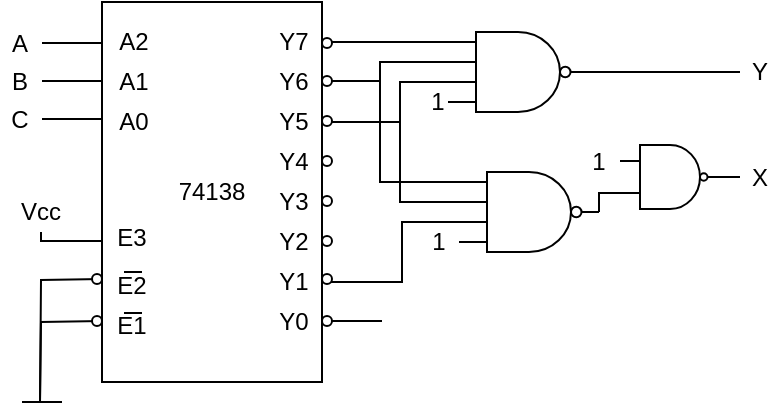
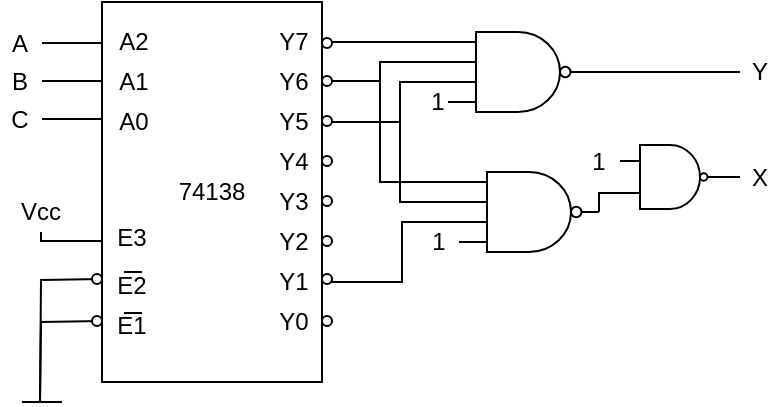
<mxfile host="app.diagrams.net">
  <diagram name="第 1 页" id="QVcH6M3zOW3lWxFKUOr2">
    <mxGraphModel dx="479" dy="254" grid="1" gridSize="10" guides="1" tooltips="1" connect="1" arrows="1" fold="1" page="1" pageScale="1" pageWidth="827" pageHeight="1169" math="0" shadow="0">
      <root>
        <mxCell id="0" />
        <mxCell id="1" parent="0" />
        <mxCell id="5TalZmoWSDWbbzXdtOt4-1" edge="1" parent="1" style="edgeStyle=orthogonalEdgeStyle;rounded=0;orthogonalLoop=1;jettySize=auto;html=1;exitX=0;exitY=0.25;exitDx=0;exitDy=0;endArrow=none;endFill=0;">
          <mxGeometry relative="1" as="geometry">
            <mxPoint x="371" y="139.5" as="sourcePoint" />
            <mxPoint x="341" y="139.47619047619048" as="targetPoint" />
          </mxGeometry>
        </mxCell>
        <mxCell id="5TalZmoWSDWbbzXdtOt4-2" parent="1" style="rounded=0;whiteSpace=wrap;html=1;" value="74138" vertex="1">
          <mxGeometry height="190" width="110" x="371" y="100" as="geometry" />
        </mxCell>
        <mxCell id="5TalZmoWSDWbbzXdtOt4-3" edge="1" parent="1" style="edgeStyle=orthogonalEdgeStyle;rounded=0;orthogonalLoop=1;jettySize=auto;html=1;exitX=0;exitY=0.25;exitDx=0;exitDy=0;endArrow=none;endFill=0;">
          <mxGeometry relative="1" as="geometry">
            <mxPoint x="371" y="120.52380952380952" as="sourcePoint" />
            <mxPoint x="341" y="120" as="targetPoint" />
          </mxGeometry>
        </mxCell>
        <mxCell id="5TalZmoWSDWbbzXdtOt4-5" edge="1" parent="1" style="edgeStyle=orthogonalEdgeStyle;rounded=0;orthogonalLoop=1;jettySize=auto;html=1;exitX=0;exitY=0.25;exitDx=0;exitDy=0;endArrow=none;endFill=0;">
          <mxGeometry relative="1" as="geometry">
            <mxPoint x="371" y="158.52380952380952" as="sourcePoint" />
            <mxPoint x="341" y="158" as="targetPoint" />
          </mxGeometry>
        </mxCell>
        <mxCell id="5TalZmoWSDWbbzXdtOt4-7" edge="1" parent="1" style="edgeStyle=orthogonalEdgeStyle;rounded=0;orthogonalLoop=1;jettySize=auto;html=1;exitX=0;exitY=0.25;exitDx=0;exitDy=0;endArrow=none;endFill=0;entryX=0.5;entryY=1;entryDx=0;entryDy=0;" target="5TalZmoWSDWbbzXdtOt4-38">
          <mxGeometry relative="1" as="geometry">
            <mxPoint x="371" y="219.52380952380952" as="sourcePoint" />
            <mxPoint x="340" y="220" as="targetPoint" />
          </mxGeometry>
        </mxCell>
        <mxCell id="5TalZmoWSDWbbzXdtOt4-8" edge="1" parent="1" style="edgeStyle=orthogonalEdgeStyle;rounded=0;orthogonalLoop=1;jettySize=auto;html=1;exitX=0;exitY=0.25;exitDx=0;exitDy=0;endArrow=none;endFill=0;">
          <mxGeometry relative="1" as="geometry">
            <mxPoint x="371" y="238.52380952380952" as="sourcePoint" />
            <mxPoint x="340" y="300" as="targetPoint" />
          </mxGeometry>
        </mxCell>
        <mxCell id="5TalZmoWSDWbbzXdtOt4-9" edge="1" parent="1" style="edgeStyle=orthogonalEdgeStyle;rounded=0;orthogonalLoop=1;jettySize=auto;html=1;exitX=0;exitY=0.25;exitDx=0;exitDy=0;endArrow=none;endFill=0;">
          <mxGeometry relative="1" as="geometry">
            <mxPoint x="371" y="259.5238095238095" as="sourcePoint" />
            <mxPoint x="340" y="300" as="targetPoint" />
          </mxGeometry>
        </mxCell>
        <mxCell id="5TalZmoWSDWbbzXdtOt4-11" parent="1" style="ellipse;whiteSpace=wrap;html=1;aspect=fixed;" value="" vertex="1">
          <mxGeometry height="5" width="5" x="366" y="257" as="geometry" />
        </mxCell>
        <mxCell id="5TalZmoWSDWbbzXdtOt4-12" parent="1" style="text;html=1;whiteSpace=wrap;strokeColor=none;fillColor=none;align=center;verticalAlign=middle;rounded=0;" value="Y7" vertex="1">
          <mxGeometry height="20" width="30" x="452" y="110" as="geometry" />
        </mxCell>
        <mxCell id="5TalZmoWSDWbbzXdtOt4-13" parent="1" style="text;html=1;whiteSpace=wrap;strokeColor=none;fillColor=none;align=center;verticalAlign=middle;rounded=0;" value="Y6" vertex="1">
          <mxGeometry height="20" width="30" x="452" y="130" as="geometry" />
        </mxCell>
        <mxCell id="5TalZmoWSDWbbzXdtOt4-14" parent="1" style="text;html=1;whiteSpace=wrap;strokeColor=none;fillColor=none;align=center;verticalAlign=middle;rounded=0;" value="Y4" vertex="1">
          <mxGeometry height="20" width="30" x="452" y="170" as="geometry" />
        </mxCell>
        <mxCell id="5TalZmoWSDWbbzXdtOt4-15" parent="1" style="text;html=1;whiteSpace=wrap;strokeColor=none;fillColor=none;align=center;verticalAlign=middle;rounded=0;" value="Y5" vertex="1">
          <mxGeometry height="20" width="30" x="452" y="150" as="geometry" />
        </mxCell>
        <mxCell id="5TalZmoWSDWbbzXdtOt4-16" parent="1" style="text;html=1;whiteSpace=wrap;strokeColor=none;fillColor=none;align=center;verticalAlign=middle;rounded=0;" value="Y3" vertex="1">
          <mxGeometry height="20" width="30" x="452" y="190" as="geometry" />
        </mxCell>
        <mxCell id="5TalZmoWSDWbbzXdtOt4-17" parent="1" style="text;html=1;whiteSpace=wrap;strokeColor=none;fillColor=none;align=center;verticalAlign=middle;rounded=0;" value="Y1" vertex="1">
          <mxGeometry height="20" width="30" x="452" y="230" as="geometry" />
        </mxCell>
        <mxCell id="5TalZmoWSDWbbzXdtOt4-18" parent="1" style="text;html=1;whiteSpace=wrap;strokeColor=none;fillColor=none;align=center;verticalAlign=middle;rounded=0;" value="Y2" vertex="1">
          <mxGeometry height="20" width="30" x="452" y="210" as="geometry" />
        </mxCell>
        <mxCell id="5TalZmoWSDWbbzXdtOt4-19" parent="1" style="text;html=1;whiteSpace=wrap;strokeColor=none;fillColor=none;align=center;verticalAlign=middle;rounded=0;" value="Y0" vertex="1">
          <mxGeometry height="20" width="30" x="452" y="250" as="geometry" />
        </mxCell>
        <mxCell id="5TalZmoWSDWbbzXdtOt4-20" parent="1" style="text;html=1;whiteSpace=wrap;strokeColor=none;fillColor=none;align=center;verticalAlign=middle;rounded=0;" value="E2" vertex="1">
          <mxGeometry height="20" width="30" x="371" y="231.5" as="geometry" />
        </mxCell>
        <mxCell id="5TalZmoWSDWbbzXdtOt4-21" edge="1" parent="1" style="endArrow=none;html=1;rounded=0;" value="">
          <mxGeometry height="50" relative="1" width="50" as="geometry">
            <mxPoint x="382" y="235" as="sourcePoint" />
            <mxPoint x="391" y="235" as="targetPoint" />
          </mxGeometry>
        </mxCell>
        <mxCell id="5TalZmoWSDWbbzXdtOt4-35" parent="1" style="text;html=1;whiteSpace=wrap;strokeColor=none;fillColor=none;align=center;verticalAlign=middle;rounded=0;" value="A" vertex="1">
          <mxGeometry height="20" width="20" x="320" y="110.5" as="geometry" />
        </mxCell>
        <mxCell id="5TalZmoWSDWbbzXdtOt4-38" parent="1" style="text;html=1;whiteSpace=wrap;strokeColor=none;fillColor=none;align=center;verticalAlign=middle;rounded=0;" value="Vcc" vertex="1">
          <mxGeometry height="20" width="31" x="325" y="195" as="geometry" />
        </mxCell>
        <mxCell id="5TalZmoWSDWbbzXdtOt4-41" edge="1" parent="1" style="endArrow=none;html=1;rounded=0;" value="">
          <mxGeometry height="50" relative="1" width="50" as="geometry">
            <mxPoint x="331" y="300" as="sourcePoint" />
            <mxPoint x="351" y="300" as="targetPoint" />
          </mxGeometry>
        </mxCell>
        <mxCell id="5TalZmoWSDWbbzXdtOt4-90" edge="1" parent="1" source="5TalZmoWSDWbbzXdtOt4-118" style="edgeStyle=orthogonalEdgeStyle;rounded=0;orthogonalLoop=1;jettySize=auto;html=1;exitX=0;exitY=0.375;exitDx=0;exitDy=0;endArrow=none;endFill=0;exitPerimeter=0;">
          <mxGeometry relative="1" as="geometry">
            <Array as="points">
              <mxPoint x="510" y="130" />
              <mxPoint x="510" y="140" />
            </Array>
            <mxPoint x="511" y="139.5" as="sourcePoint" />
            <mxPoint x="481" y="139.47619047619048" as="targetPoint" />
          </mxGeometry>
        </mxCell>
        <mxCell id="5TalZmoWSDWbbzXdtOt4-91" edge="1" parent="1" source="5TalZmoWSDWbbzXdtOt4-118" style="edgeStyle=orthogonalEdgeStyle;rounded=0;orthogonalLoop=1;jettySize=auto;html=1;exitX=0;exitY=0.125;exitDx=0;exitDy=0;endArrow=none;endFill=0;exitPerimeter=0;">
          <mxGeometry relative="1" as="geometry">
            <mxPoint x="511" y="120.52380952380952" as="sourcePoint" />
            <mxPoint x="481" y="120" as="targetPoint" />
          </mxGeometry>
        </mxCell>
        <mxCell id="5TalZmoWSDWbbzXdtOt4-93" edge="1" parent="1" source="5TalZmoWSDWbbzXdtOt4-118" style="edgeStyle=orthogonalEdgeStyle;rounded=0;orthogonalLoop=1;jettySize=auto;html=1;endArrow=none;endFill=0;exitX=0;exitY=0.625;exitDx=0;exitDy=0;exitPerimeter=0;">
          <mxGeometry relative="1" as="geometry">
            <Array as="points">
              <mxPoint x="520" y="140" />
              <mxPoint x="520" y="160" />
              <mxPoint x="481" y="160" />
            </Array>
            <mxPoint x="571" y="160" as="sourcePoint" />
            <mxPoint x="481" y="159" as="targetPoint" />
          </mxGeometry>
        </mxCell>
        <mxCell id="5TalZmoWSDWbbzXdtOt4-96" edge="1" parent="1" source="5TalZmoWSDWbbzXdtOt4-121" style="edgeStyle=orthogonalEdgeStyle;rounded=0;orthogonalLoop=1;jettySize=auto;html=1;endArrow=none;endFill=0;exitX=0;exitY=0.625;exitDx=0;exitDy=0;exitPerimeter=0;">
          <mxGeometry relative="1" as="geometry">
            <Array as="points">
              <mxPoint x="521" y="210" />
              <mxPoint x="521" y="240" />
              <mxPoint x="481" y="240" />
            </Array>
            <mxPoint x="560" y="220" as="sourcePoint" />
            <mxPoint x="481" y="238" as="targetPoint" />
          </mxGeometry>
        </mxCell>
-         <mxCell id="5TalZmoWSDWbbzXdtOt4-97" edge="1" parent="1" style="edgeStyle=orthogonalEdgeStyle;rounded=0;orthogonalLoop=1;jettySize=auto;html=1;exitX=0;exitY=0.25;exitDx=0;exitDy=0;endArrow=none;endFill=0;">
-           <mxGeometry relative="1" as="geometry">
-             <mxPoint x="511" y="259.5238095238095" as="sourcePoint" />
-             <mxPoint x="481" y="259" as="targetPoint" />
-           </mxGeometry>
-         </mxCell>
        <mxCell id="5TalZmoWSDWbbzXdtOt4-98" parent="1" style="ellipse;whiteSpace=wrap;html=1;aspect=fixed;" value="" vertex="1">
          <mxGeometry height="5" width="5" x="481" y="257" as="geometry" />
        </mxCell>
        <mxCell id="5TalZmoWSDWbbzXdtOt4-99" parent="1" style="ellipse;whiteSpace=wrap;html=1;aspect=fixed;" value="" vertex="1">
          <mxGeometry height="5" width="5" x="481" y="236" as="geometry" />
        </mxCell>
        <mxCell id="5TalZmoWSDWbbzXdtOt4-101" parent="1" style="ellipse;whiteSpace=wrap;html=1;aspect=fixed;" value="" vertex="1">
          <mxGeometry height="5" width="5" x="481" y="217" as="geometry" />
        </mxCell>
        <mxCell id="5TalZmoWSDWbbzXdtOt4-102" parent="1" style="ellipse;whiteSpace=wrap;html=1;aspect=fixed;" value="" vertex="1">
          <mxGeometry height="5" width="5" x="481" y="197" as="geometry" />
        </mxCell>
        <mxCell id="5TalZmoWSDWbbzXdtOt4-103" parent="1" style="ellipse;whiteSpace=wrap;html=1;aspect=fixed;" value="" vertex="1">
          <mxGeometry height="5" width="5" x="481" y="177" as="geometry" />
        </mxCell>
        <mxCell id="5TalZmoWSDWbbzXdtOt4-104" parent="1" style="ellipse;whiteSpace=wrap;html=1;aspect=fixed;" value="" vertex="1">
          <mxGeometry height="5" width="5" x="481" y="157" as="geometry" />
        </mxCell>
        <mxCell id="5TalZmoWSDWbbzXdtOt4-105" parent="1" style="ellipse;whiteSpace=wrap;html=1;aspect=fixed;" value="" vertex="1">
          <mxGeometry height="5" width="5" x="481" y="137" as="geometry" />
        </mxCell>
        <mxCell id="5TalZmoWSDWbbzXdtOt4-106" parent="1" style="ellipse;whiteSpace=wrap;html=1;aspect=fixed;" value="" vertex="1">
          <mxGeometry height="5" width="5" x="481" y="118" as="geometry" />
        </mxCell>
        <mxCell id="5TalZmoWSDWbbzXdtOt4-107" parent="1" style="ellipse;whiteSpace=wrap;html=1;aspect=fixed;" value="" vertex="1">
          <mxGeometry height="5" width="5" x="366" y="236" as="geometry" />
        </mxCell>
        <mxCell id="5TalZmoWSDWbbzXdtOt4-108" parent="1" style="text;html=1;whiteSpace=wrap;strokeColor=none;fillColor=none;align=center;verticalAlign=middle;rounded=0;" value="E1" vertex="1">
          <mxGeometry height="20" width="30" x="371" y="252" as="geometry" />
        </mxCell>
        <mxCell id="5TalZmoWSDWbbzXdtOt4-109" edge="1" parent="1" style="endArrow=none;html=1;rounded=0;" value="">
          <mxGeometry height="50" relative="1" width="50" as="geometry">
            <mxPoint x="382" y="255.5" as="sourcePoint" />
            <mxPoint x="391" y="255.5" as="targetPoint" />
          </mxGeometry>
        </mxCell>
        <mxCell id="5TalZmoWSDWbbzXdtOt4-110" parent="1" style="text;html=1;whiteSpace=wrap;strokeColor=none;fillColor=none;align=center;verticalAlign=middle;rounded=0;" value="E3" vertex="1">
          <mxGeometry height="20" width="30" x="371" y="208" as="geometry" />
        </mxCell>
        <mxCell id="5TalZmoWSDWbbzXdtOt4-112" parent="1" style="text;html=1;whiteSpace=wrap;strokeColor=none;fillColor=none;align=center;verticalAlign=middle;rounded=0;" value="A1" vertex="1">
          <mxGeometry height="20" width="30" x="372" y="130" as="geometry" />
        </mxCell>
        <mxCell id="5TalZmoWSDWbbzXdtOt4-113" parent="1" style="text;html=1;whiteSpace=wrap;strokeColor=none;fillColor=none;align=center;verticalAlign=middle;rounded=0;" value="A2" vertex="1">
          <mxGeometry height="20" width="30" x="372" y="110" as="geometry" />
        </mxCell>
        <mxCell id="5TalZmoWSDWbbzXdtOt4-114" parent="1" style="text;html=1;whiteSpace=wrap;strokeColor=none;fillColor=none;align=center;verticalAlign=middle;rounded=0;" value="A0" vertex="1">
          <mxGeometry height="20" width="30" x="372" y="150" as="geometry" />
        </mxCell>
        <mxCell id="5TalZmoWSDWbbzXdtOt4-116" parent="1" style="text;html=1;whiteSpace=wrap;strokeColor=none;fillColor=none;align=center;verticalAlign=middle;rounded=0;" value="B" vertex="1">
          <mxGeometry height="20" width="20" x="320" y="129.5" as="geometry" />
        </mxCell>
        <mxCell id="5TalZmoWSDWbbzXdtOt4-117" parent="1" style="text;html=1;whiteSpace=wrap;strokeColor=none;fillColor=none;align=center;verticalAlign=middle;rounded=0;" value="C" vertex="1">
          <mxGeometry height="20" width="20" x="320" y="149" as="geometry" />
        </mxCell>
        <mxCell id="I5J_WCZogH00vNVAUnVJ-4" edge="1" parent="1" source="5TalZmoWSDWbbzXdtOt4-118" style="edgeStyle=orthogonalEdgeStyle;rounded=0;orthogonalLoop=1;jettySize=auto;html=1;exitX=1;exitY=0.5;exitDx=0;exitDy=0;exitPerimeter=0;endArrow=none;endFill=0;" target="5TalZmoWSDWbbzXdtOt4-120">
          <mxGeometry relative="1" as="geometry" />
        </mxCell>
        <mxCell id="5TalZmoWSDWbbzXdtOt4-118" parent="1" style="verticalLabelPosition=bottom;shadow=0;dashed=0;align=center;html=1;verticalAlign=top;shape=mxgraph.electrical.logic_gates.logic_gate;operation=and;negating=1;negSize=0.15;numInputs=4;" value="" vertex="1">
          <mxGeometry height="40" width="70" x="544" y="115" as="geometry" />
        </mxCell>
        <mxCell id="5TalZmoWSDWbbzXdtOt4-119" parent="1" style="text;html=1;whiteSpace=wrap;strokeColor=none;fillColor=none;align=center;verticalAlign=middle;rounded=0;" value="1" vertex="1">
          <mxGeometry height="10" width="10" x="534" y="145" as="geometry" />
        </mxCell>
        <mxCell id="5TalZmoWSDWbbzXdtOt4-120" parent="1" style="text;html=1;whiteSpace=wrap;strokeColor=none;fillColor=none;align=center;verticalAlign=middle;rounded=0;" value="Y" vertex="1">
          <mxGeometry height="20" width="20" x="690" y="125" as="geometry" />
        </mxCell>
        <mxCell id="I5J_WCZogH00vNVAUnVJ-1" edge="1" parent="1" source="5TalZmoWSDWbbzXdtOt4-121" style="edgeStyle=orthogonalEdgeStyle;rounded=0;orthogonalLoop=1;jettySize=auto;html=1;exitX=0;exitY=0.125;exitDx=0;exitDy=0;exitPerimeter=0;entryX=1;entryY=0.5;entryDx=0;entryDy=0;endArrow=none;endFill=0;" target="5TalZmoWSDWbbzXdtOt4-105">
          <mxGeometry relative="1" as="geometry">
            <Array as="points">
              <mxPoint x="510" y="190" />
              <mxPoint x="510" y="140" />
            </Array>
          </mxGeometry>
        </mxCell>
        <mxCell id="I5J_WCZogH00vNVAUnVJ-2" edge="1" parent="1" source="5TalZmoWSDWbbzXdtOt4-121" style="edgeStyle=orthogonalEdgeStyle;rounded=0;orthogonalLoop=1;jettySize=auto;html=1;exitX=0;exitY=0.375;exitDx=0;exitDy=0;exitPerimeter=0;entryX=1;entryY=0.5;entryDx=0;entryDy=0;endArrow=none;endFill=0;" target="5TalZmoWSDWbbzXdtOt4-104">
          <mxGeometry relative="1" as="geometry">
            <Array as="points">
              <mxPoint x="520" y="200" />
              <mxPoint x="520" y="160" />
              <mxPoint x="486" y="160" />
            </Array>
          </mxGeometry>
        </mxCell>
        <mxCell id="5TalZmoWSDWbbzXdtOt4-121" parent="1" style="verticalLabelPosition=bottom;shadow=0;dashed=0;align=center;html=1;verticalAlign=top;shape=mxgraph.electrical.logic_gates.logic_gate;operation=and;negating=1;negSize=0.15;numInputs=4;" value="" vertex="1">
          <mxGeometry height="40" width="70" x="549.5" y="185" as="geometry" />
        </mxCell>
        <mxCell id="I5J_WCZogH00vNVAUnVJ-5" edge="1" parent="1" source="5TalZmoWSDWbbzXdtOt4-122" style="edgeStyle=orthogonalEdgeStyle;rounded=0;orthogonalLoop=1;jettySize=auto;html=1;exitX=1;exitY=0.5;exitDx=0;exitDy=0;exitPerimeter=0;entryX=0;entryY=0.5;entryDx=0;entryDy=0;endArrow=none;endFill=0;" target="5TalZmoWSDWbbzXdtOt4-128">
          <mxGeometry relative="1" as="geometry" />
        </mxCell>
        <mxCell id="5TalZmoWSDWbbzXdtOt4-122" parent="1" style="verticalLabelPosition=bottom;shadow=0;dashed=0;align=center;html=1;verticalAlign=top;shape=mxgraph.electrical.logic_gates.logic_gate;operation=and;negating=1;negSize=0.15;" value="" vertex="1">
          <mxGeometry height="32" width="50" x="630" y="171.5" as="geometry" />
        </mxCell>
        <mxCell id="5TalZmoWSDWbbzXdtOt4-124" edge="1" parent="1" source="5TalZmoWSDWbbzXdtOt4-122" style="edgeStyle=orthogonalEdgeStyle;rounded=0;orthogonalLoop=1;jettySize=auto;html=1;exitX=0;exitY=0.75;exitDx=0;exitDy=0;exitPerimeter=0;entryX=1;entryY=0.5;entryDx=0;entryDy=0;entryPerimeter=0;endArrow=none;endFill=0;" target="5TalZmoWSDWbbzXdtOt4-121">
          <mxGeometry relative="1" as="geometry" />
        </mxCell>
        <mxCell id="5TalZmoWSDWbbzXdtOt4-125" parent="1" style="text;html=1;whiteSpace=wrap;strokeColor=none;fillColor=none;align=center;verticalAlign=middle;rounded=0;" value="1" vertex="1">
          <mxGeometry height="10" width="21" x="528.5" y="214.5" as="geometry" />
        </mxCell>
        <mxCell id="5TalZmoWSDWbbzXdtOt4-128" parent="1" style="text;html=1;whiteSpace=wrap;strokeColor=none;fillColor=none;align=center;verticalAlign=middle;rounded=0;" value="X" vertex="1">
          <mxGeometry height="21" width="20" x="690" y="177" as="geometry" />
        </mxCell>
        <mxCell id="I5J_WCZogH00vNVAUnVJ-3" parent="1" style="text;html=1;whiteSpace=wrap;strokeColor=none;fillColor=none;align=center;verticalAlign=middle;rounded=0;" value="1" vertex="1">
          <mxGeometry height="10" width="21" x="609" y="174.5" as="geometry" />
        </mxCell>
      </root>
    </mxGraphModel>
  </diagram>
</mxfile>
